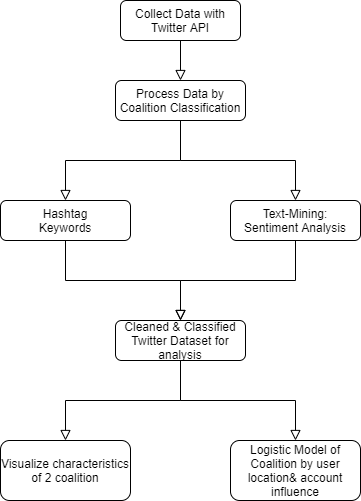
The draw.io diagram img/Flow_Chart.png in McChickenNuggets/Data_Challenge, before a commit. Source tidied: cells renumbered, new cells last; positions are measured from the earlier drawing's top-left corner, leaving out a move shared by most shapes. The source it was exported from:
```xml
<mxGraphModel>
  <root>
    <mxCell id="0" />
    <mxCell id="1" parent="0" />
    <mxCell id="2" style="rounded=0;html=1;jettySize=auto;fontSize=11;endArrow=block;endFill=0;endSize=8;strokeWidth=1;shadow=0;labelBackgroundColor=none;edgeStyle=orthogonalEdgeStyle;entryX=0.5;entryY=0;entryDx=0;entryDy=0;" parent="1" edge="1" source="3" target="5">
      <mxGeometry relative="1" as="geometry" />
    </mxCell>
    <mxCell id="3" value="Collect Data with Twitter API" style="rounded=1;whiteSpace=wrap;html=1;fontSize=12;glass=0;strokeWidth=1;shadow=0;" parent="1" vertex="1">
      <mxGeometry x="120" width="120" height="40" as="geometry" />
    </mxCell>
    <mxCell id="4" value="Text-Mining:&lt;br&gt;Sentiment Analysis" style="rounded=1;whiteSpace=wrap;html=1;fontSize=12;glass=0;strokeWidth=1;shadow=0;" parent="1" vertex="1">
      <mxGeometry x="230" y="200" width="130" height="40" as="geometry" />
    </mxCell>
    <mxCell id="5" value="Process Data by Coalition Classification" style="rounded=1;whiteSpace=wrap;html=1;fontSize=12;glass=0;strokeWidth=1;shadow=0;" parent="1" vertex="1">
      <mxGeometry x="115" y="80" width="130" height="40" as="geometry" />
    </mxCell>
    <mxCell id="6" value="Hashtag&lt;br&gt;Keywords" style="rounded=1;whiteSpace=wrap;html=1;fontSize=12;glass=0;strokeWidth=1;shadow=0;" parent="1" vertex="1">
      <mxGeometry y="200" width="130" height="40" as="geometry" />
    </mxCell>
    <mxCell id="7" value="Cleaned &amp;amp; Classified Twitter Dataset for analysis" style="rounded=1;whiteSpace=wrap;html=1;fontSize=12;glass=0;strokeWidth=1;shadow=0;align=center;" parent="1" vertex="1">
      <mxGeometry x="115" y="320" width="130" height="40" as="geometry" />
    </mxCell>
    <mxCell id="8" value="Visualize characteristics of 2 coalition" style="rounded=1;whiteSpace=wrap;html=1;fontSize=12;glass=0;strokeWidth=1;shadow=0;" parent="1" vertex="1">
      <mxGeometry y="440" width="130" height="60" as="geometry" />
    </mxCell>
    <mxCell id="9" value="Logistic Model of Coalition by user location&amp;amp; account influence" style="rounded=1;whiteSpace=wrap;html=1;fontSize=12;glass=0;strokeWidth=1;shadow=0;" parent="1" vertex="1">
      <mxGeometry x="230" y="440" width="130" height="60" as="geometry" />
    </mxCell>
    <mxCell id="10" style="rounded=0;html=1;jettySize=auto;fontSize=11;endArrow=block;endFill=0;endSize=8;strokeWidth=1;shadow=0;labelBackgroundColor=none;edgeStyle=orthogonalEdgeStyle;entryX=0.5;entryY=0;entryDx=0;entryDy=0;exitX=0.5;exitY=1;exitDx=0;exitDy=0;" parent="1" edge="1" source="6" target="7">
      <mxGeometry relative="1" as="geometry" />
    </mxCell>
    <mxCell id="11" style="rounded=0;html=1;jettySize=auto;fontSize=11;endArrow=block;endFill=0;endSize=8;strokeWidth=1;shadow=0;labelBackgroundColor=none;edgeStyle=orthogonalEdgeStyle;entryX=0.5;entryY=0;entryDx=0;entryDy=0;exitX=0.5;exitY=1;exitDx=0;exitDy=0;" parent="1" edge="1" source="4" target="7">
      <mxGeometry relative="1" as="geometry" />
    </mxCell>
    <mxCell id="12" style="rounded=0;html=1;jettySize=auto;fontSize=11;endArrow=block;endFill=0;endSize=8;strokeWidth=1;shadow=0;labelBackgroundColor=none;edgeStyle=orthogonalEdgeStyle;entryX=0.5;entryY=0;entryDx=0;entryDy=0;exitX=0.5;exitY=1;exitDx=0;exitDy=0;" parent="1" edge="1" source="5" target="6">
      <mxGeometry relative="1" as="geometry" />
    </mxCell>
    <mxCell id="13" style="rounded=0;html=1;jettySize=auto;fontSize=11;endArrow=block;endFill=0;endSize=8;strokeWidth=1;shadow=0;labelBackgroundColor=none;edgeStyle=orthogonalEdgeStyle;entryX=0.5;entryY=0;entryDx=0;entryDy=0;exitX=0.5;exitY=1;exitDx=0;exitDy=0;" parent="1" edge="1" source="5" target="4">
      <mxGeometry relative="1" as="geometry" />
    </mxCell>
    <mxCell id="14" style="rounded=0;html=1;jettySize=auto;fontSize=11;endArrow=block;endFill=0;endSize=8;strokeWidth=1;shadow=0;labelBackgroundColor=none;edgeStyle=orthogonalEdgeStyle;entryX=0.5;entryY=0;entryDx=0;entryDy=0;exitX=0.5;exitY=1;exitDx=0;exitDy=0;" parent="1" edge="1" source="7" target="8">
      <mxGeometry relative="1" as="geometry">
        <Array as="points">
          <mxPoint x="180" y="400" />
          <mxPoint x="65" y="400" />
        </Array>
      </mxGeometry>
    </mxCell>
    <mxCell id="15" style="rounded=0;html=1;jettySize=auto;fontSize=11;endArrow=block;endFill=0;endSize=8;strokeWidth=1;shadow=0;labelBackgroundColor=none;edgeStyle=orthogonalEdgeStyle;entryX=0.5;entryY=0;entryDx=0;entryDy=0;exitX=0.5;exitY=1;exitDx=0;exitDy=0;" parent="1" edge="1" source="7" target="9">
      <mxGeometry relative="1" as="geometry">
        <Array as="points">
          <mxPoint x="180" y="400" />
          <mxPoint x="295" y="400" />
        </Array>
      </mxGeometry>
    </mxCell>
  </root>
</mxGraphModel>
```
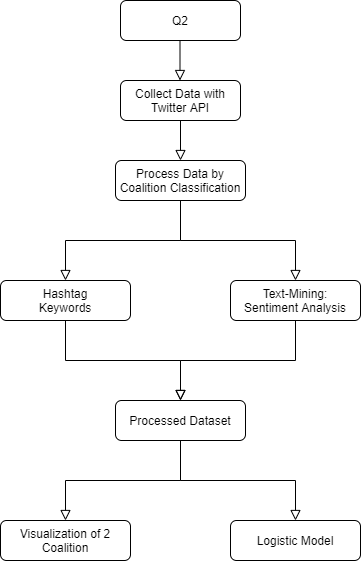
The same file after the commit.

What changed in the source:
```diff
@@ -17,14 +17,14 @@
     <mxCell id="6" value="Hashtag&lt;br&gt;Keywords" style="rounded=1;whiteSpace=wrap;html=1;fontSize=12;glass=0;strokeWidth=1;shadow=0;" parent="1" vertex="1">
       <mxGeometry y="200" width="130" height="40" as="geometry" />
     </mxCell>
-    <mxCell id="7" value="Cleaned &amp;amp; Classified Twitter Dataset for analysis" style="rounded=1;whiteSpace=wrap;html=1;fontSize=12;glass=0;strokeWidth=1;shadow=0;align=center;" parent="1" vertex="1">
+    <mxCell id="7" value="Processed Dataset" style="rounded=1;whiteSpace=wrap;html=1;fontSize=12;glass=0;strokeWidth=1;shadow=0;align=center;" parent="1" vertex="1">
       <mxGeometry x="115" y="320" width="130" height="40" as="geometry" />
     </mxCell>
-    <mxCell id="8" value="Visualize characteristics of 2 coalition" style="rounded=1;whiteSpace=wrap;html=1;fontSize=12;glass=0;strokeWidth=1;shadow=0;" parent="1" vertex="1">
-      <mxGeometry y="440" width="130" height="60" as="geometry" />
+    <mxCell id="8" value="Visualization of 2 Coalition" style="rounded=1;whiteSpace=wrap;html=1;fontSize=12;glass=0;strokeWidth=1;shadow=0;" parent="1" vertex="1">
+      <mxGeometry y="440" width="130" height="40" as="geometry" />
     </mxCell>
-    <mxCell id="9" value="Logistic Model of Coalition by user location&amp;amp; account influence" style="rounded=1;whiteSpace=wrap;html=1;fontSize=12;glass=0;strokeWidth=1;shadow=0;" parent="1" vertex="1">
-      <mxGeometry x="230" y="440" width="130" height="60" as="geometry" />
+    <mxCell id="9" value="Logistic Model" style="rounded=1;whiteSpace=wrap;html=1;fontSize=12;glass=0;strokeWidth=1;shadow=0;" parent="1" vertex="1">
+      <mxGeometry x="230" y="440" width="130" height="40" as="geometry" />
     </mxCell>
     <mxCell id="10" style="rounded=0;html=1;jettySize=auto;fontSize=11;endArrow=block;endFill=0;endSize=8;strokeWidth=1;shadow=0;labelBackgroundColor=none;edgeStyle=orthogonalEdgeStyle;entryX=0.5;entryY=0;entryDx=0;entryDy=0;exitX=0.5;exitY=1;exitDx=0;exitDy=0;" parent="1" edge="1" source="6" target="7">
       <mxGeometry relative="1" as="geometry" />
@@ -54,5 +54,14 @@
         </Array>
       </mxGeometry>
     </mxCell>
+    <mxCell id="16" value="Q2" style="rounded=1;whiteSpace=wrap;html=1;fontSize=12;glass=0;strokeWidth=1;shadow=0;" parent="1" vertex="1">
+      <mxGeometry x="120" y="-80" width="120" height="40" as="geometry" />
+    </mxCell>
+    <mxCell id="17" style="rounded=0;html=1;jettySize=auto;orthogonalLoop=1;fontSize=11;endArrow=block;endFill=0;endSize=8;strokeWidth=1;shadow=0;labelBackgroundColor=none;edgeStyle=orthogonalEdgeStyle;entryX=0.5;entryY=0;entryDx=0;entryDy=0;" parent="1" edge="1">
+      <mxGeometry relative="1" as="geometry">
+        <mxPoint x="179.5" y="-40" as="sourcePoint" />
+        <mxPoint x="179.5" as="targetPoint" />
+      </mxGeometry>
+    </mxCell>
   </root>
 </mxGraphModel>
```
